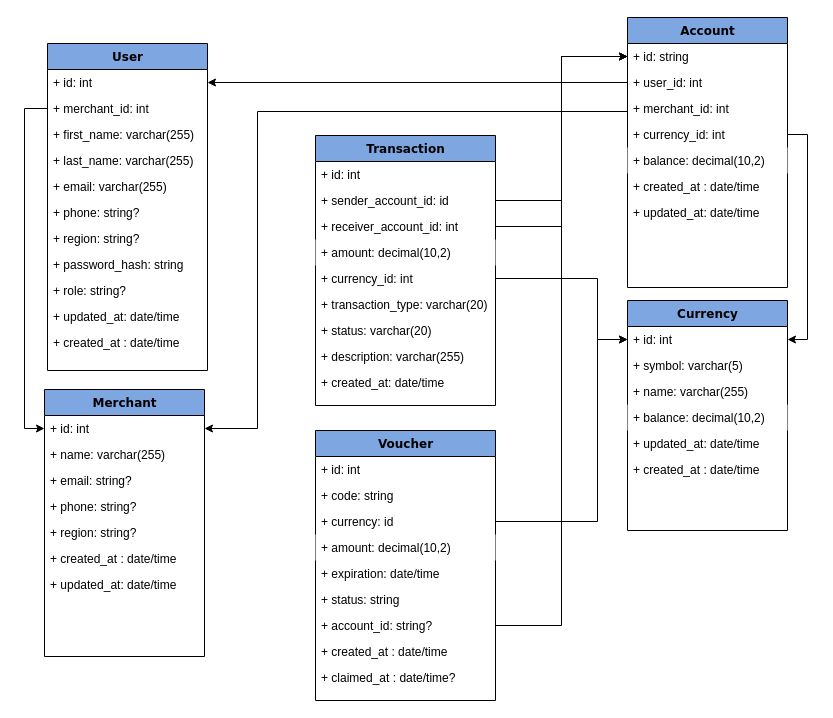
Before: docs/model3.drawio in jsomville/open-CES, a draw.io diagram. Source tidied: cells renumbered, new cells numbered last; positions are measured from the earlier drawing's top-left corner, leaving out a move shared by most shapes. Both pictures are drawn from the tidied source at 100%, with x=0, y=0 at pixel (44, 17).
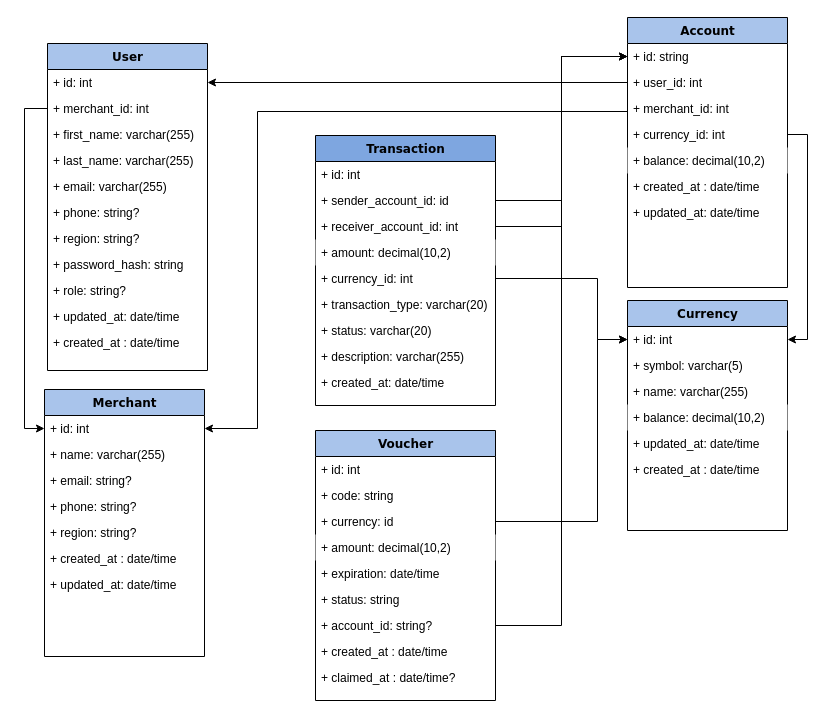
After the change.

The edit, as a diff of the source:
```diff
@@
-    <mxCell id="2" value="User" style="swimlane;html=1;fontStyle=1;align=center;verticalAlign=top;horizontal=1;startSize=26;swimlaneFillColor=#ffffff;rounded=0;shadow=0;comic=0;labelBackgroundColor=none;strokeWidth=1;fillColor=#7EA6E0;fontFamily=Verdana;fontSize=12;" parent="1" vertex="1">
+    <mxCell id="2" value="User" style="swimlane;html=1;fontStyle=1;align=center;verticalAlign=top;horizontal=1;startSize=26;swimlaneFillColor=#ffffff;rounded=0;shadow=0;comic=0;labelBackgroundColor=none;strokeWidth=1;fillColor=#A9C4EB;fontFamily=Verdana;fontSize=12;" parent="1" vertex="1">
       <mxGeometry x="3" y="26" width="160" height="327" as="geometry" />
     </mxCell>
@@
-    <mxCell id="14" value="Currency" style="swimlane;html=1;fontStyle=1;align=center;verticalAlign=top;horizontal=1;startSize=26;swimlaneFillColor=#ffffff;rounded=0;shadow=0;comic=0;labelBackgroundColor=none;strokeWidth=1;fillColor=#7EA6E0;fontFamily=Verdana;fontSize=12;" parent="1" vertex="1">
+    <mxCell id="14" value="Currency" style="swimlane;html=1;fontStyle=1;align=center;verticalAlign=top;horizontal=1;startSize=26;swimlaneFillColor=#ffffff;rounded=0;shadow=0;comic=0;labelBackgroundColor=none;strokeWidth=1;fillColor=#A9C4EB;fontFamily=Verdana;fontSize=12;" parent="1" vertex="1">
       <mxGeometry x="583" y="283" width="160" height="230" as="geometry" />
     </mxCell>
@@
-    <mxCell id="21" value="Account" style="swimlane;html=1;fontStyle=1;align=center;verticalAlign=top;horizontal=1;startSize=26;swimlaneFillColor=#ffffff;rounded=0;shadow=0;comic=0;labelBackgroundColor=none;strokeWidth=1;fillColor=#7EA6E0;fontFamily=Verdana;fontSize=12;" parent="1" vertex="1">
+    <mxCell id="21" value="Account" style="swimlane;html=1;fontStyle=1;align=center;verticalAlign=top;horizontal=1;startSize=26;swimlaneFillColor=#ffffff;rounded=0;shadow=0;comic=0;labelBackgroundColor=none;strokeWidth=1;fillColor=#A9C4EB;fontFamily=Verdana;fontSize=12;" parent="1" vertex="1">
       <mxGeometry x="583" width="160" height="270" as="geometry" />
     </mxCell>
@@
-    <mxCell id="29" value="Voucher" style="swimlane;html=1;fontStyle=1;align=center;verticalAlign=top;horizontal=1;startSize=26;swimlaneFillColor=#ffffff;rounded=0;shadow=0;comic=0;labelBackgroundColor=none;strokeWidth=1;fillColor=#7EA6E0;fontFamily=Verdana;fontSize=12;" parent="1" vertex="1">
+    <mxCell id="29" value="Voucher" style="swimlane;html=1;fontStyle=1;align=center;verticalAlign=top;horizontal=1;startSize=26;swimlaneFillColor=#ffffff;rounded=0;shadow=0;comic=0;labelBackgroundColor=none;strokeWidth=1;fillColor=#A9C4EB;fontFamily=Verdana;fontSize=12;" parent="1" vertex="1">
       <mxGeometry x="271" y="413" width="180" height="270" as="geometry" />
     </mxCell>
@@
-    <mxCell id="54" value="Merchant" style="swimlane;html=1;fontStyle=1;align=center;verticalAlign=top;horizontal=1;startSize=26;swimlaneFillColor=#ffffff;rounded=0;shadow=0;comic=0;labelBackgroundColor=none;strokeWidth=1;fillColor=#7EA6E0;fontFamily=Verdana;fontSize=12;" parent="1" vertex="1">
+    <mxCell id="54" value="Merchant" style="swimlane;html=1;fontStyle=1;align=center;verticalAlign=top;horizontal=1;startSize=26;swimlaneFillColor=#ffffff;rounded=0;shadow=0;comic=0;labelBackgroundColor=none;strokeWidth=1;fillColor=#A9C4EB;fontFamily=Verdana;fontSize=12;" parent="1" vertex="1">
       <mxGeometry y="372" width="160" height="267" as="geometry" />
     </mxCell>
```
